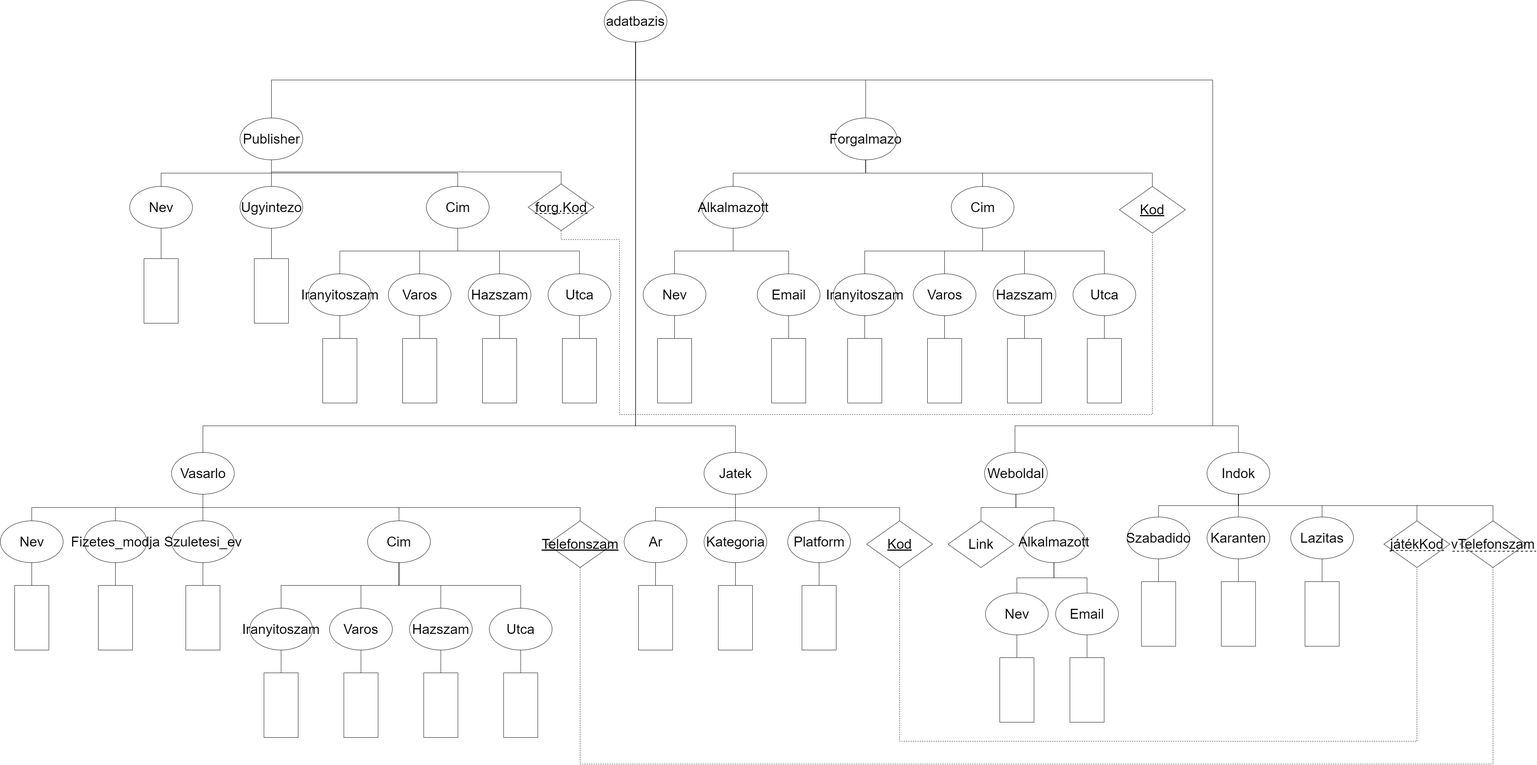
This is XMLTaskBPWTW0/XDMBPWTW0.png from martonmengyan/BPWTW0_XMLGyak, a draw.io export, as it was before one commit. Source tidied: cells renumbered, new cells last; positions are measured from the earlier drawing's top-left corner, leaving out a move shared by most shapes.
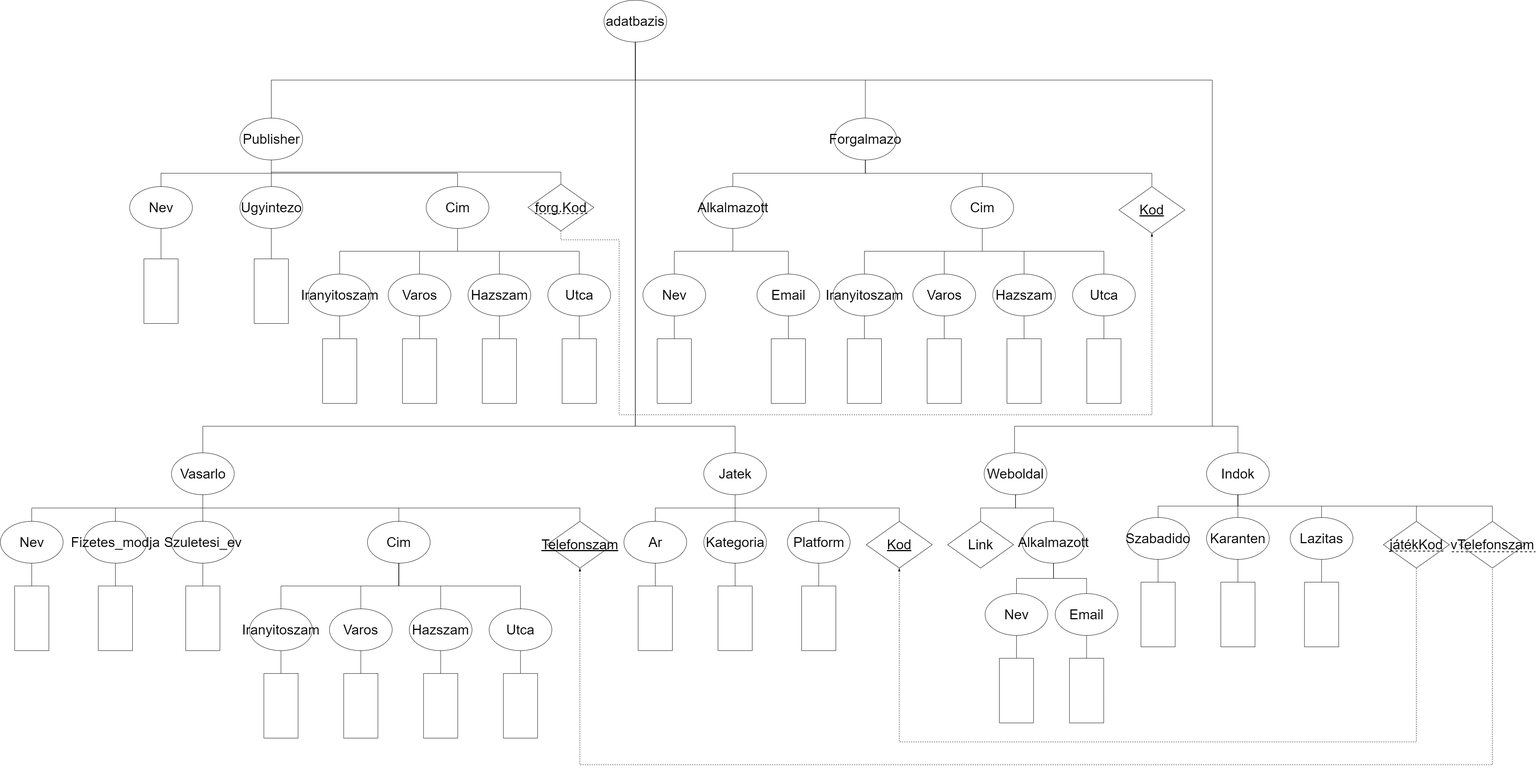
The same diagram one commit later.

Diff of the diagram source:
```diff
@@ -477,7 +477,7 @@
         </Array>
       </mxGeometry>
     </mxCell>
-    <mxCell id="147" style="endArrow=none;html=1;exitX=0.5;exitY=1;exitDx=0;exitDy=0;entryX=0.5;entryY=1;entryDx=0;entryDy=0;edgeStyle=orthogonalEdgeStyle;rounded=0;dashed=1;" parent="1" edge="1" source="94" target="143">
+    <mxCell id="147" style="endArrow=none;html=1;exitX=0.5;exitY=1;exitDx=0;exitDy=0;entryX=0.5;entryY=1;entryDx=0;entryDy=0;edgeStyle=orthogonalEdgeStyle;rounded=0;dashed=1;startArrow=blockThin;startFill=1;" parent="1" edge="1" source="94" target="143">
       <mxGeometry relative="1" as="geometry">
         <Array as="points">
           <mxPoint x="1527" y="2010" />
@@ -485,7 +485,7 @@
         </Array>
       </mxGeometry>
     </mxCell>
-    <mxCell id="148" style="endArrow=none;html=1;exitX=0.5;exitY=1;exitDx=0;exitDy=0;entryX=0.5;entryY=1;entryDx=0;entryDy=0;edgeStyle=orthogonalEdgeStyle;rounded=0;dashed=1;" parent="1" edge="1" source="108" target="144">
+    <mxCell id="148" style="endArrow=none;html=1;exitX=0.5;exitY=1;exitDx=0;exitDy=0;entryX=0.5;entryY=1;entryDx=0;entryDy=0;edgeStyle=orthogonalEdgeStyle;rounded=0;dashed=1;startArrow=blockThin;startFill=1;" parent="1" edge="1" source="108" target="144">
       <mxGeometry relative="1" as="geometry">
         <Array as="points">
           <mxPoint x="2367" y="1950" />
@@ -493,7 +493,7 @@
         </Array>
       </mxGeometry>
     </mxCell>
-    <mxCell id="149" style="endArrow=none;html=1;exitX=0.5;exitY=1;exitDx=0;exitDy=0;entryX=0.5;entryY=1;entryDx=0;entryDy=0;edgeStyle=orthogonalEdgeStyle;rounded=0;dashed=1;" parent="1" edge="1" source="139" target="88">
+    <mxCell id="149" style="endArrow=blockThin;html=1;exitX=0.5;exitY=1;exitDx=0;exitDy=0;entryX=0.5;entryY=1;entryDx=0;entryDy=0;edgeStyle=orthogonalEdgeStyle;rounded=0;dashed=1;endFill=1;" parent="1" edge="1" source="139" target="88">
       <mxGeometry relative="1" as="geometry">
         <Array as="points">
           <mxPoint x="1477" y="630" />
```
